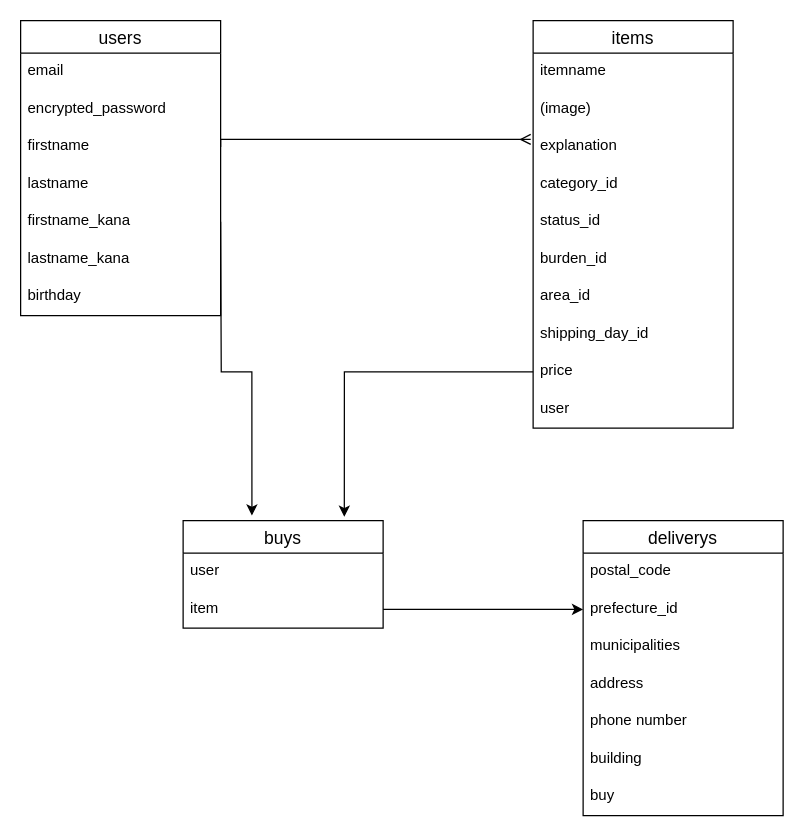
kei-toriki/furima-35199 keeps this draw.io diagram as furima.dio. Above is the earlier version. Source tidied: cells renumbered, new cells numbered last; positions are measured from the earlier drawing's top-left corner, leaving out a move shared by most shapes. Both pictures are drawn from the tidied source at 125%, with x=0, y=0 at pixel (20, 20).
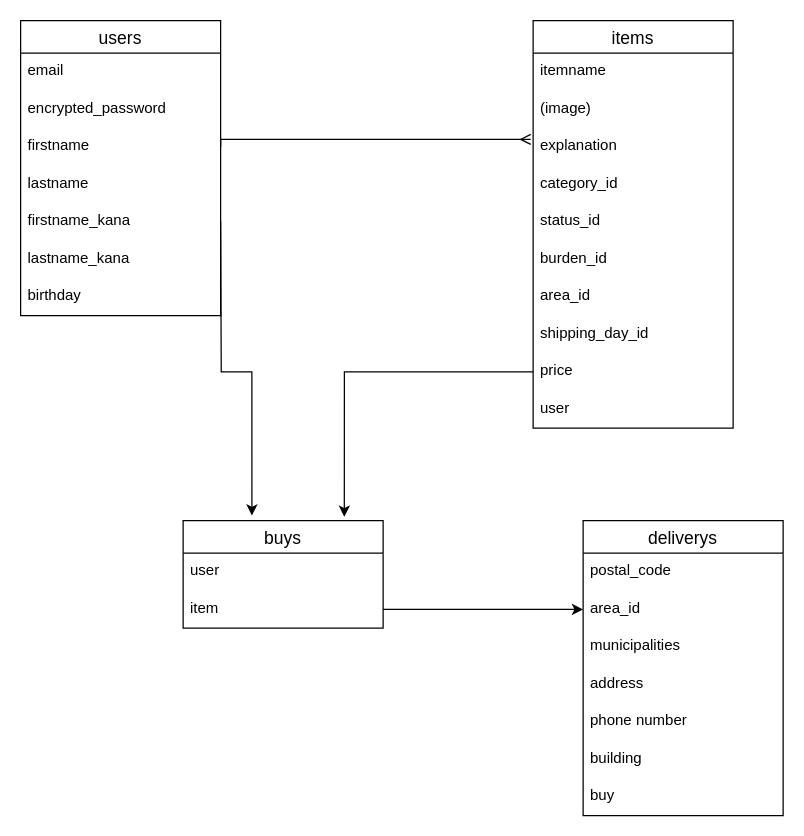
The same diagram, later.

Unchanged cells that the change refers to:
```xml
<mxCell id="16" value="deliverys" style="swimlane;fontStyle=0;horizontal=1;startSize=26;align=center;fontSize=14;" parent="1" vertex="1">
  <mxGeometry x="450" y="400" width="160" height="236" as="geometry" />
</mxCell>
```

What changed in the source:
```diff
@@
-    <mxCell id="18" value="prefecture_id" style="text;strokeColor=none;fillColor=none;spacingLeft=4;spacingRight=4;overflow=hidden;points=[[0,0.5],[1,0.5]];portConstraint=eastwest;fontSize=12;" parent="16" vertex="1">
+    <mxCell id="18" value="area_id" style="text;strokeColor=none;fillColor=none;spacingLeft=4;spacingRight=4;overflow=hidden;points=[[0,0.5],[1,0.5]];portConstraint=eastwest;fontSize=12;" parent="16" vertex="1">
       <mxGeometry y="56" width="160" height="30" as="geometry" />
     </mxCell>
```
